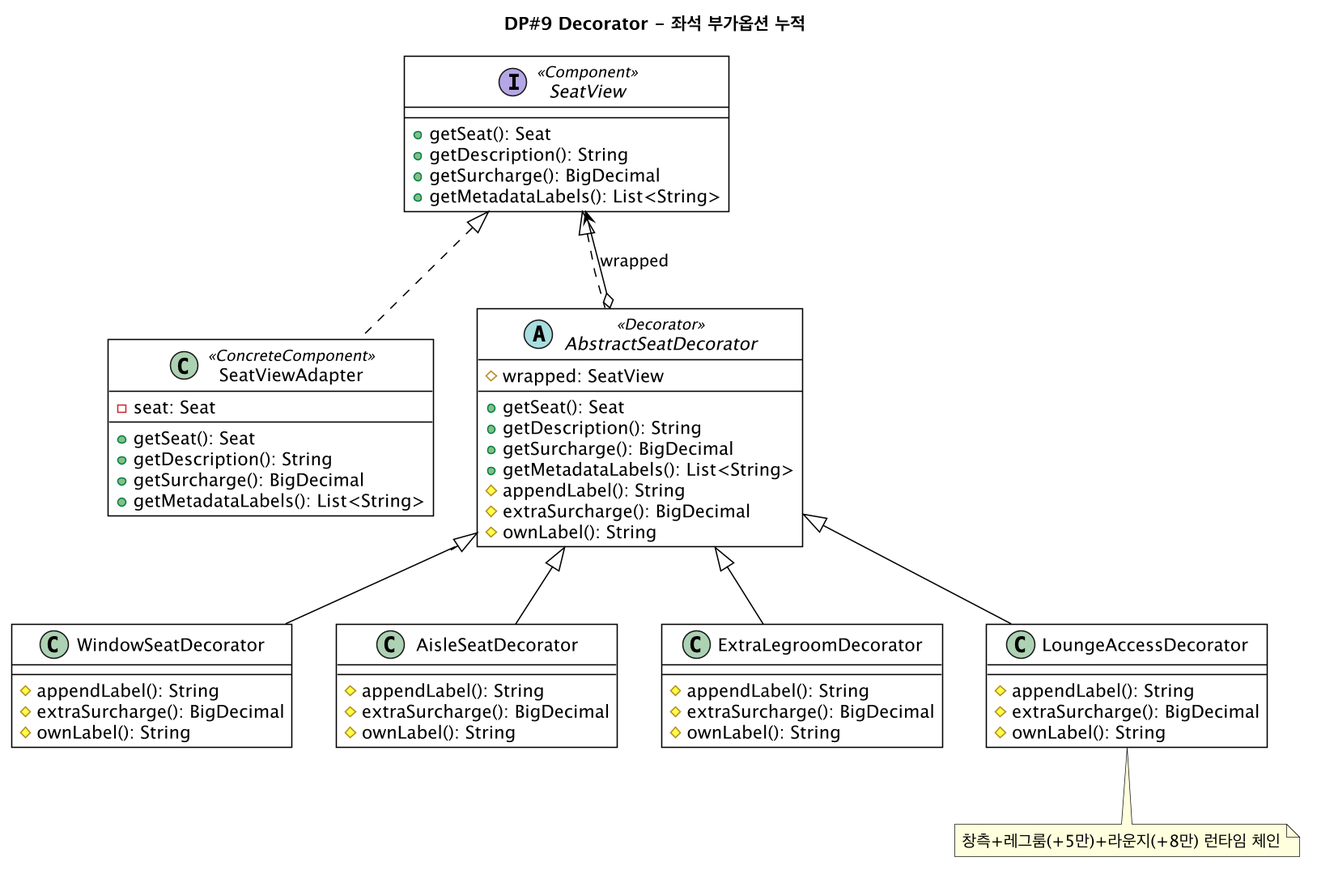
Above: docs/diagrams/iter4-puml/dp9-decorator.png in gimjungwook/KoreanAirReservationDomain (PlantUML), before the change.
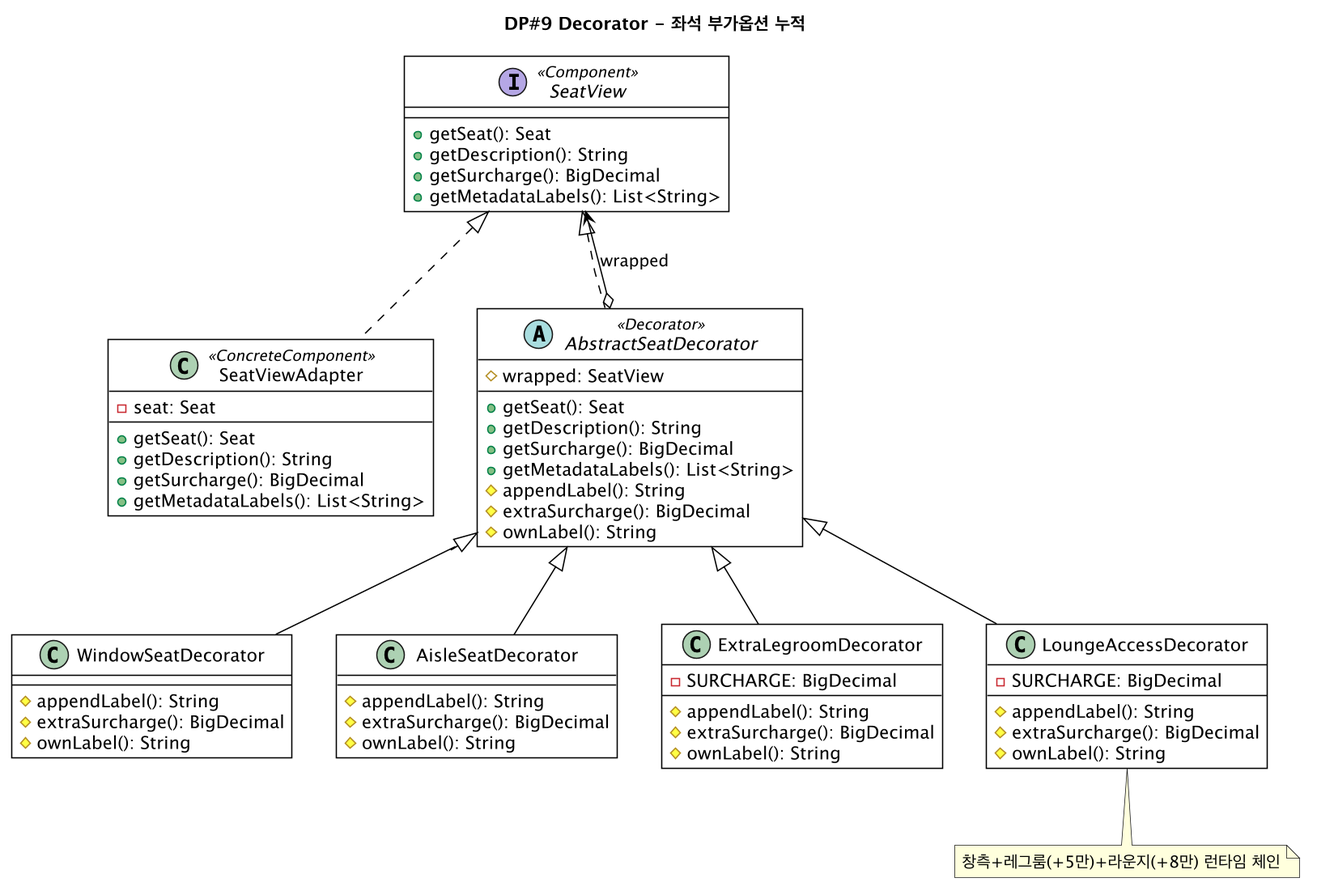
The same file after the commit.

Diff of the diagram source:
```diff
@@ -37,11 +37,15 @@
   #ownLabel(): String
 }
 class ExtraLegroomDecorator {
+  -SURCHARGE: BigDecimal
+  --
   #appendLabel(): String
   #extraSurcharge(): BigDecimal
   #ownLabel(): String
 }
 class LoungeAccessDecorator {
+  -SURCHARGE: BigDecimal
+  --
   #appendLabel(): String
   #extraSurcharge(): BigDecimal
   #ownLabel(): String
```
